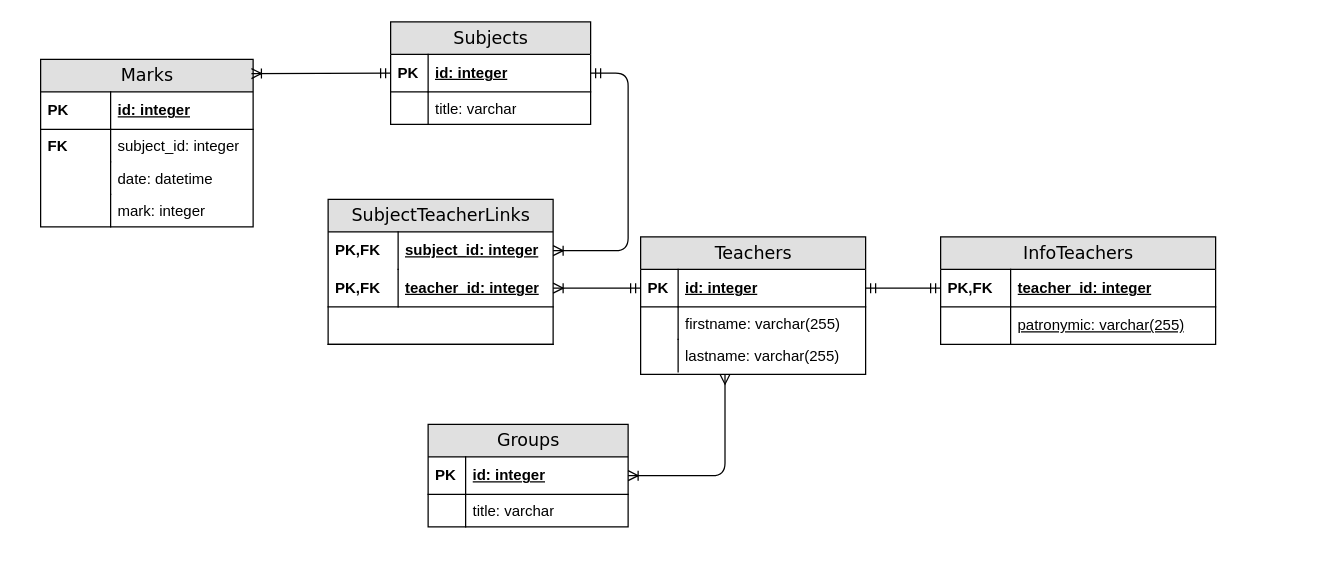
This is page "Page-1" (1 of 2) of er.drawio from Vaynbaum/generate-er-to-sqlalchemy, a draw.io file, before an edit. Source tidied: cells renumbered, new cells numbered last; positions are measured from the earlier drawing's top-left corner, leaving out a move shared by most shapes. Both pictures are drawn from the tidied source at 125%, with x=0, y=0 at pixel (40, 21).
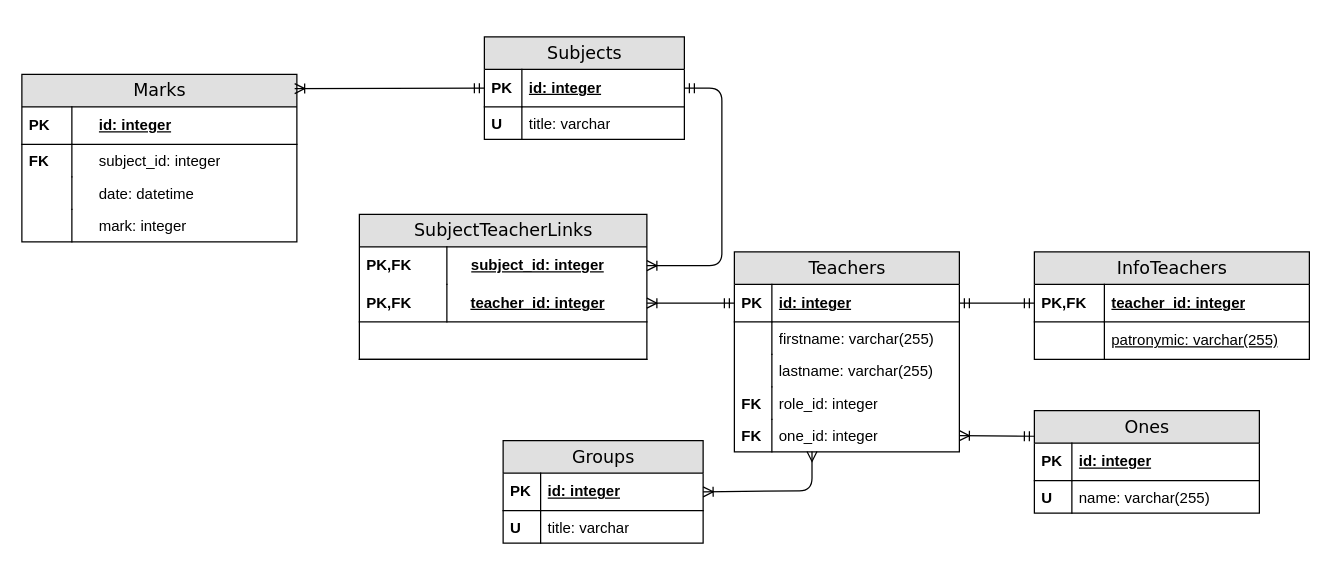
Above is the later version.

The change refers to these unchanged cells:
```xml
<mxCell id="12" value="id: integer" style="shape=partialRectangle;top=0;left=0;right=0;bottom=1;html=1;align=left;verticalAlign=middle;fillColor=none;spacingLeft=34;spacingRight=4;whiteSpace=wrap;overflow=hidden;points=[[0,0.5],[1,0.5]];portConstraint=eastwest;fontStyle=5;" parent="11" vertex="1">
  <mxGeometry y="26" width="160" height="30" as="geometry" />
</mxCell>
<mxCell id="14" value="title: varchar" style="shape=partialRectangle;top=0;left=0;right=0;bottom=0;html=1;align=left;verticalAlign=top;fillColor=none;spacingLeft=34;spacingRight=4;whiteSpace=wrap;overflow=hidden;" parent="11" vertex="1">
  <mxGeometry y="56" width="160" height="26" as="geometry" />
</mxCell>
<mxCell id="22" value="lastname: varchar(255)" style="shape=partialRectangle;top=0;left=0;right=0;bottom=0;html=1;align=left;verticalAlign=top;fillColor=none;spacingLeft=34;spacingRight=4;whiteSpace=wrap;overflow=hidden;points=[[0,0.5],[1,0.5]];portConstraint=eastwest;" parent="17" vertex="1">
  <mxGeometry y="82" width="180" height="26" as="geometry" />
</mxCell>
<mxCell id="39" value="id: integer" style="shape=partialRectangle;top=0;left=0;right=0;bottom=1;html=1;align=left;verticalAlign=middle;fillColor=none;spacingLeft=34;spacingRight=4;whiteSpace=wrap;overflow=hidden;points=[[0,0.5],[1,0.5]];portConstraint=eastwest;fontStyle=5;" parent="38" vertex="1">
  <mxGeometry y="26" width="160" height="30" as="geometry" />
</mxCell>
<mxCell id="41" value="title: varchar" style="shape=partialRectangle;top=0;left=0;right=0;bottom=0;html=1;align=left;verticalAlign=top;fillColor=none;spacingLeft=34;spacingRight=4;whiteSpace=wrap;overflow=hidden;" parent="38" vertex="1">
  <mxGeometry y="56" width="160" height="26" as="geometry" />
</mxCell>
```

The edit, as a diff of the source:
```diff
@@
     <mxCell id="2" value="Marks" style="swimlane;html=1;fontStyle=0;horizontal=1;startSize=26;fillColor=#e0e0e0;swimlaneFillColor=#ffffff;align=center;rounded=0;shadow=0;comic=0;labelBackgroundColor=none;strokeWidth=1;fontFamily=Verdana;fontSize=14;" parent="1" vertex="1">
-      <mxGeometry y="30" width="170" height="134" as="geometry" />
+      <mxGeometry x="-15" y="42" width="220" height="134" as="geometry" />
     </mxCell>
     <mxCell id="3" value="id: integer" style="shape=partialRectangle;top=0;left=0;right=0;bottom=1;html=1;align=left;verticalAlign=middle;fillColor=none;spacingLeft=60;spacingRight=4;whiteSpace=wrap;overflow=hidden;fontStyle=5;" parent="2" vertex="1">
-      <mxGeometry y="26" width="170" height="30" as="geometry" />
+      <mxGeometry y="26" width="220" height="30" as="geometry" />
     </mxCell>
     <mxCell id="4" value="PK" style="shape=partialRectangle;fontStyle=1;top=0;left=0;bottom=0;html=1;fillColor=none;align=left;verticalAlign=middle;spacingLeft=4;spacingRight=4;whiteSpace=wrap;overflow=hidden;" parent="3" vertex="1">
-      <mxGeometry width="56" height="30" as="geometry" />
+      <mxGeometry width="40" height="30" as="geometry" />
     </mxCell>
     <mxCell id="5" value="subject_id: integer" style="shape=partialRectangle;top=0;left=0;right=0;bottom=0;html=1;align=left;verticalAlign=top;fillColor=none;spacingLeft=60;spacingRight=4;whiteSpace=wrap;overflow=hidden;" parent="2" vertex="1">
-      <mxGeometry y="56" width="170" height="26" as="geometry" />
+      <mxGeometry y="56" width="220" height="26" as="geometry" />
     </mxCell>
     <mxCell id="6" value="&lt;b&gt;FK&lt;/b&gt;" style="shape=partialRectangle;top=0;left=0;bottom=0;html=1;fillColor=none;align=left;verticalAlign=top;spacingLeft=4;spacingRight=4;whiteSpace=wrap;overflow=hidden;" parent="5" vertex="1">
-      <mxGeometry width="56" height="26" as="geometry" />
+      <mxGeometry width="40" height="26" as="geometry" />
     </mxCell>
     <mxCell id="7" value="date: datetime" style="shape=partialRectangle;top=0;left=0;right=0;bottom=0;html=1;align=left;verticalAlign=top;fillColor=none;spacingLeft=60;spacingRight=4;whiteSpace=wrap;overflow=hidden;" parent="2" vertex="1">
-      <mxGeometry y="82" width="170" height="26" as="geometry" />
+      <mxGeometry y="82" width="220" height="26" as="geometry" />
     </mxCell>
     <mxCell id="8" style="shape=partialRectangle;top=0;left=0;bottom=0;html=1;fillColor=none;align=left;verticalAlign=top;spacingLeft=4;spacingRight=4;whiteSpace=wrap;overflow=hidden;" parent="7" vertex="1">
-      <mxGeometry width="56" height="26" as="geometry" />
+      <mxGeometry width="40" height="26" as="geometry" />
     </mxCell>
     <mxCell id="9" value="mark: integer" style="shape=partialRectangle;top=0;left=0;right=0;bottom=0;html=1;align=left;verticalAlign=top;fillColor=none;spacingLeft=60;spacingRight=4;whiteSpace=wrap;overflow=hidden;" parent="2" vertex="1">
-      <mxGeometry y="108" width="170" height="26" as="geometry" />
+      <mxGeometry y="108" width="220" height="26" as="geometry" />
     </mxCell>
     <mxCell id="10" style="shape=partialRectangle;top=0;left=0;bottom=0;html=1;fillColor=none;align=left;verticalAlign=top;spacingLeft=4;spacingRight=4;whiteSpace=wrap;overflow=hidden;" parent="9" vertex="1">
-      <mxGeometry width="56" height="26" as="geometry" />
+      <mxGeometry width="40" height="26" as="geometry" />
     </mxCell>
     <mxCell id="11" value="Subjects" style="swimlane;html=1;fontStyle=0;horizontal=1;startSize=26;fillColor=#e0e0e0;swimlaneFillColor=#ffffff;align=center;rounded=0;shadow=0;comic=0;labelBackgroundColor=none;strokeWidth=1;fontFamily=Verdana;fontSize=14;" parent="1" vertex="1">
-      <mxGeometry x="280" width="160" height="82" as="geometry" />
+      <mxGeometry x="355" y="12" width="160" height="82" as="geometry" />
     </mxCell>
@@
-    <mxCell id="15" style="shape=partialRectangle;top=0;left=0;bottom=0;html=1;fillColor=none;align=left;verticalAlign=top;spacingLeft=4;spacingRight=4;whiteSpace=wrap;overflow=hidden;" parent="14" vertex="1">
+    <mxCell id="15" value="&lt;b&gt;U&lt;/b&gt;" style="shape=partialRectangle;top=0;left=0;bottom=0;html=1;fillColor=none;align=left;verticalAlign=top;spacingLeft=4;spacingRight=4;whiteSpace=wrap;overflow=hidden;" parent="14" vertex="1">
       <mxGeometry width="30" height="26" as="geometry" />
     </mxCell>
@@
     <mxCell id="17" value="Teachers" style="swimlane;html=1;fontStyle=0;horizontal=1;startSize=26;fillColor=#e0e0e0;swimlaneFillColor=#ffffff;align=center;rounded=0;shadow=0;comic=0;labelBackgroundColor=none;strokeWidth=1;fontFamily=Verdana;fontSize=14;" parent="1" vertex="1">
-      <mxGeometry x="480" y="172" width="180" height="110" as="geometry" />
+      <mxGeometry x="555" y="184" width="180" height="160" as="geometry" />
     </mxCell>
@@
+    <mxCell id="44" value="role_id: integer" style="shape=partialRectangle;top=0;left=0;right=0;bottom=0;html=1;align=left;verticalAlign=top;fillColor=none;spacingLeft=34;spacingRight=4;whiteSpace=wrap;overflow=hidden;" parent="17" vertex="1">
+      <mxGeometry y="108" width="180" height="26" as="geometry" />
+    </mxCell>
+    <mxCell id="45" value="&lt;b style=&quot;border-color: var(--border-color);&quot;&gt;FK&lt;/b&gt;" style="shape=partialRectangle;top=0;left=0;bottom=0;html=1;fillColor=none;align=left;verticalAlign=top;spacingLeft=4;spacingRight=4;whiteSpace=wrap;overflow=hidden;" parent="44" vertex="1">
+      <mxGeometry width="30" height="26" as="geometry" />
+    </mxCell>
+    <mxCell id="46" value="one_id: integer" style="shape=partialRectangle;top=0;left=0;right=0;bottom=0;html=1;align=left;verticalAlign=top;fillColor=none;spacingLeft=34;spacingRight=4;whiteSpace=wrap;overflow=hidden;points=[[0,0.5],[1,0.5]];portConstraint=eastwest;" parent="17" vertex="1">
+      <mxGeometry y="134" width="180" height="26" as="geometry" />
+    </mxCell>
+    <mxCell id="47" value="&lt;b style=&quot;border-color: var(--border-color);&quot;&gt;FK&lt;/b&gt;" style="shape=partialRectangle;top=0;left=0;bottom=0;html=1;fillColor=none;align=left;verticalAlign=top;spacingLeft=4;spacingRight=4;whiteSpace=wrap;overflow=hidden;" parent="46" vertex="1">
+      <mxGeometry width="30" height="26" as="geometry" />
+    </mxCell>
     <mxCell id="24" value="SubjectTeacherLinks" style="swimlane;html=1;fontStyle=0;horizontal=1;startSize=26;fillColor=#e0e0e0;swimlaneFillColor=#ffffff;align=center;rounded=0;shadow=0;comic=0;labelBackgroundColor=none;strokeWidth=1;fontFamily=Verdana;fontSize=14;" parent="1" vertex="1">
-      <mxGeometry x="230" y="142" width="180" height="116" as="geometry" />
+      <mxGeometry x="255" y="154" width="230" height="116" as="geometry" />
     </mxCell>
-    <mxCell id="25" value="subject_id: integer" style="shape=partialRectangle;top=0;left=0;right=0;bottom=0;html=1;align=left;verticalAlign=middle;fillColor=none;spacingLeft=60;spacingRight=4;whiteSpace=wrap;overflow=hidden;points=[[0,0.5],[1,0.5]];portConstraint=eastwest;fontStyle=5;" parent="24" vertex="1">
-      <mxGeometry y="26" width="180" height="30" as="geometry" />
+    <mxCell id="25" value="subject_id: integer" style="shape=partialRectangle;top=0;left=0;right=0;bottom=0;html=1;align=center;verticalAlign=middle;fillColor=none;spacingLeft=60;spacingRight=4;whiteSpace=wrap;overflow=hidden;points=[[0,0.5],[1,0.5]];portConstraint=eastwest;fontStyle=5;strokeColor=default;strokeWidth=1;" parent="24" vertex="1">
+      <mxGeometry y="26" width="230" height="30" as="geometry" />
     </mxCell>
     <mxCell id="26" value="PK,FK" style="shape=partialRectangle;fontStyle=1;top=0;left=0;bottom=0;html=1;fillColor=none;align=left;verticalAlign=middle;spacingLeft=4;spacingRight=4;whiteSpace=wrap;overflow=hidden;" parent="25" vertex="1">
-      <mxGeometry width="56" height="30" as="geometry" />
+      <mxGeometry width="70" height="30" as="geometry" />
     </mxCell>
-    <mxCell id="27" value="teacher_id: integer" style="shape=partialRectangle;top=0;left=0;right=0;bottom=1;html=1;align=left;verticalAlign=middle;fillColor=none;spacingLeft=60;spacingRight=4;whiteSpace=wrap;overflow=hidden;points=[[0,0.5],[1,0.5]];portConstraint=eastwest;fontStyle=5;" parent="24" vertex="1">
-      <mxGeometry y="56" width="180" height="30" as="geometry" />
+    <mxCell id="27" value="teacher_id: integer" style="shape=partialRectangle;top=0;left=0;right=0;bottom=1;html=1;align=center;verticalAlign=middle;fillColor=none;spacingLeft=60;spacingRight=4;whiteSpace=wrap;overflow=hidden;points=[[0,0.5],[1,0.5]];portConstraint=eastwest;fontStyle=5;" parent="24" vertex="1">
+      <mxGeometry y="56" width="230" height="30" as="geometry" />
     </mxCell>
     <mxCell id="28" value="PK,FK" style="shape=partialRectangle;fontStyle=1;top=0;left=0;bottom=0;html=1;fillColor=none;align=left;verticalAlign=middle;spacingLeft=4;spacingRight=4;whiteSpace=wrap;overflow=hidden;" parent="27" vertex="1">
-      <mxGeometry width="56" height="30" as="geometry" />
+      <mxGeometry width="70" height="30" as="geometry" />
     </mxCell>
     <mxCell id="29" style="shape=partialRectangle;top=0;left=0;right=0;bottom=1;html=1;align=left;verticalAlign=middle;fillColor=none;spacingLeft=60;spacingRight=4;whiteSpace=wrap;overflow=hidden;fontStyle=5;" parent="24" vertex="1">
-      <mxGeometry y="86" width="180" height="30" as="geometry" />
+      <mxGeometry y="86" width="230" height="30" as="geometry" />
     </mxCell>
@@
     <mxCell id="31" style="html=1;endArrow=ERmandOne;startArrow=ERoneToMany;labelBackgroundColor=none;fontFamily=Verdana;fontSize=14;exitX=1;exitY=0.5;exitDx=0;exitDy=0;edgeStyle=orthogonalEdgeStyle;entryX=1;entryY=0.5;entryDx=0;entryDy=0;startFill=0;endFill=0;" parent="1" edge="1" source="25" target="12">
       <mxGeometry relative="1" as="geometry">
         <Array as="points">
-          <mxPoint x="470" y="183" />
-          <mxPoint x="470" y="41" />
+          <mxPoint x="545" y="195" />
+          <mxPoint x="545" y="53" />
         </Array>
       </mxGeometry>
     </mxCell>
     <mxCell id="32" value="InfoTeachers" style="swimlane;html=1;fontStyle=0;horizontal=1;startSize=26;fillColor=#e0e0e0;swimlaneFillColor=#ffffff;align=center;rounded=0;shadow=0;comic=0;labelBackgroundColor=none;strokeWidth=1;fontFamily=Verdana;fontSize=14;" parent="1" vertex="1">
-      <mxGeometry x="720" y="172" width="220" height="86" as="geometry" />
+      <mxGeometry x="795" y="184" width="220" height="86" as="geometry" />
     </mxCell>
@@
     <mxCell id="38" value="Groups" style="swimlane;html=1;fontStyle=0;horizontal=1;startSize=26;fillColor=#e0e0e0;swimlaneFillColor=#ffffff;align=center;rounded=0;shadow=0;comic=0;labelBackgroundColor=none;strokeWidth=1;fontFamily=Verdana;fontSize=14;" parent="1" vertex="1">
-      <mxGeometry x="310" y="322" width="160" height="82" as="geometry" />
+      <mxGeometry x="370" y="335" width="160" height="82" as="geometry" />
     </mxCell>
@@
-    <mxCell id="42" style="shape=partialRectangle;top=0;left=0;bottom=0;html=1;fillColor=none;align=left;verticalAlign=top;spacingLeft=4;spacingRight=4;whiteSpace=wrap;overflow=hidden;" parent="41" vertex="1">
+    <mxCell id="42" value="&lt;b&gt;U&lt;/b&gt;" style="shape=partialRectangle;top=0;left=0;bottom=0;html=1;fillColor=none;align=left;verticalAlign=top;spacingLeft=4;spacingRight=4;whiteSpace=wrap;overflow=hidden;" parent="41" vertex="1">
       <mxGeometry width="30" height="26" as="geometry" />
     </mxCell>
-    <mxCell id="43" style="html=1;endArrow=ERoneToMany;startArrow=ERmany;labelBackgroundColor=none;fontFamily=Verdana;fontSize=14;exitX=0.375;exitY=1.071;exitDx=0;exitDy=0;edgeStyle=orthogonalEdgeStyle;entryX=1;entryY=0.5;entryDx=0;entryDy=0;startFill=0;endFill=0;exitPerimeter=0;" parent="1" edge="1" source="22" target="39">
+    <mxCell id="43" style="html=1;endArrow=ERoneToMany;startArrow=ERmany;labelBackgroundColor=none;fontFamily=Verdana;fontSize=14;edgeStyle=orthogonalEdgeStyle;entryX=1;entryY=0.5;entryDx=0;entryDy=0;startFill=0;endFill=0;exitX=0.345;exitY=0.987;exitDx=0;exitDy=0;exitPerimeter=0;" parent="1" edge="1" source="46" target="39">
       <mxGeometry relative="1" as="geometry">
         <Array as="points">
-          <mxPoint x="548" y="363" />
+          <mxPoint x="617" y="375" />
         </Array>
       </mxGeometry>
     </mxCell>
+    <mxCell id="48" value="Ones" style="swimlane;html=1;fontStyle=0;horizontal=1;startSize=26;fillColor=#e0e0e0;swimlaneFillColor=#ffffff;align=center;rounded=0;shadow=0;comic=0;labelBackgroundColor=none;strokeWidth=1;fontFamily=Verdana;fontSize=14;" parent="1" vertex="1">
+      <mxGeometry x="795" y="311" width="180" height="82" as="geometry" />
+    </mxCell>
+    <mxCell id="49" value="id: integer" style="shape=partialRectangle;top=0;left=0;right=0;bottom=1;html=1;align=left;verticalAlign=middle;fillColor=none;spacingLeft=34;spacingRight=4;whiteSpace=wrap;overflow=hidden;fontStyle=5;" parent="48" vertex="1">
+      <mxGeometry y="26" width="180" height="30" as="geometry" />
+    </mxCell>
+    <mxCell id="50" value="&lt;b&gt;PK&lt;/b&gt;" style="shape=partialRectangle;top=0;left=0;bottom=0;html=1;fillColor=none;align=left;verticalAlign=middle;spacingLeft=4;spacingRight=4;whiteSpace=wrap;overflow=hidden;" parent="49" vertex="1">
+      <mxGeometry width="30" height="30" as="geometry" />
+    </mxCell>
+    <mxCell id="51" value="name: varchar(255)" style="shape=partialRectangle;top=0;left=0;right=0;bottom=0;html=1;align=left;verticalAlign=top;fillColor=none;spacingLeft=34;spacingRight=4;whiteSpace=wrap;overflow=hidden;" parent="48" vertex="1">
+      <mxGeometry y="56" width="180" height="26" as="geometry" />
+    </mxCell>
+    <mxCell id="52" value="&lt;b&gt;U&lt;/b&gt;" style="shape=partialRectangle;top=0;left=0;bottom=0;html=1;fillColor=none;align=left;verticalAlign=top;spacingLeft=4;spacingRight=4;whiteSpace=wrap;overflow=hidden;" parent="51" vertex="1">
+      <mxGeometry width="30" height="26" as="geometry" />
+    </mxCell>
+    <mxCell id="53" style="html=1;endArrow=ERoneToMany;startArrow=ERmandOne;labelBackgroundColor=none;fontFamily=Verdana;fontSize=14;entryX=1;entryY=0.5;exitX=0;exitY=0.25;exitDx=0;exitDy=0;entryDx=0;entryDy=0;" parent="1" edge="1" source="48" target="46">
+      <mxGeometry relative="1" as="geometry" />
+    </mxCell>
```
